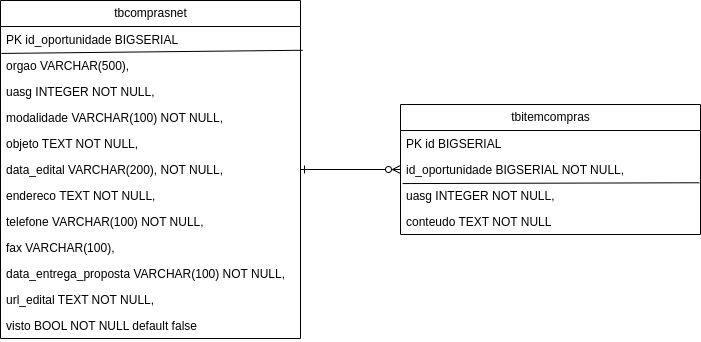
DavidRusycki/web-extractor keeps this draw.io diagram as diagrams/er-diagram.drawio.png. Above is the earlier version. Source tidied: cells renumbered, new cells last; positions are measured from the earlier drawing's top-left corner, leaving out a move shared by most shapes.
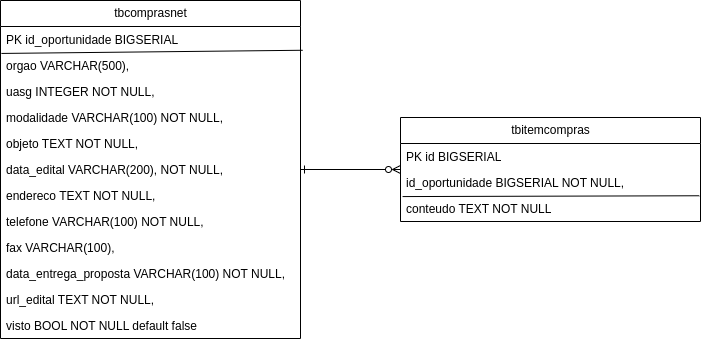
After the commit.

The edit, as a diff of the source:
```diff
@@ -45,7 +45,7 @@
       <mxGeometry relative="1" as="geometry" />
     </mxCell>
     <mxCell id="16" value="tbitemcompras" style="swimlane;fontStyle=0;horizontal=1;startSize=26;fillColor=none;html=1;" parent="1" vertex="1">
-      <mxGeometry x="400" y="104" width="300" height="130" as="geometry" />
+      <mxGeometry x="400" y="117" width="300" height="104" as="geometry" />
     </mxCell>
     <mxCell id="17" value="PK id BIGSERIAL" style="text;strokeColor=none;fillColor=none;align=left;verticalAlign=top;spacingLeft=4;spacingRight=4;overflow=hidden;whiteSpace=wrap;html=1;" parent="16" vertex="1">
       <mxGeometry y="26" width="300" height="26" as="geometry" />
@@ -53,14 +53,14 @@
     <mxCell id="18" value="&lt;div&gt;id_oportunidade BIGSERIAL NOT NULL,&lt;/div&gt;&lt;div&gt;&lt;br&gt;&lt;/div&gt;" style="text;strokeColor=none;fillColor=none;align=left;verticalAlign=top;spacingLeft=4;spacingRight=4;overflow=hidden;whiteSpace=wrap;html=1;" parent="16" vertex="1">
       <mxGeometry y="52" width="300" height="26" as="geometry" />
     </mxCell>
-    <mxCell id="19" value="&lt;div&gt;uasg INTEGER NOT NULL,&lt;/div&gt;&lt;div&gt;&lt;br&gt;&lt;/div&gt;" style="text;strokeColor=none;fillColor=none;align=left;verticalAlign=top;spacingLeft=4;spacingRight=4;overflow=hidden;points=[[0,0.5],[1,0.5]];portConstraint=eastwest;whiteSpace=wrap;html=1;" parent="16" vertex="1">
-      <mxGeometry y="78" width="300" height="26" as="geometry" />
-    </mxCell>
     <mxCell id="20" value="&lt;div&gt;&lt;div&gt;&lt;div&gt;conteudo TEXT NOT NULL&lt;/div&gt;&lt;/div&gt;&lt;/div&gt;&lt;div&gt;&lt;br&gt;&lt;/div&gt;" style="text;strokeColor=none;fillColor=none;align=left;verticalAlign=top;spacingLeft=4;spacingRight=4;overflow=hidden;whiteSpace=wrap;html=1;" parent="16" vertex="1">
-      <mxGeometry y="104" width="300" height="26" as="geometry" />
+      <mxGeometry y="78" width="300" height="26" as="geometry" />
     </mxCell>
-    <mxCell id="21" style="endArrow=none;html=1;exitX=0.007;exitY=0.041;exitDx=0;exitDy=0;exitPerimeter=0;entryX=0.996;entryY=0.01;entryDx=0;entryDy=0;entryPerimeter=0;" parent="16" edge="1" source="19" target="19">
-      <mxGeometry relative="1" as="geometry" />
+    <mxCell id="21" style="endArrow=none;html=1;exitX=0.007;exitY=0.041;exitDx=0;exitDy=0;exitPerimeter=0;entryX=0.996;entryY=0.01;entryDx=0;entryDy=0;entryPerimeter=0;" parent="16" edge="1">
+      <mxGeometry relative="1" as="geometry">
+        <mxPoint x="2.1" y="79.1" as="sourcePoint" />
+        <mxPoint x="298.8" y="78.3" as="targetPoint" />
+      </mxGeometry>
     </mxCell>
     <mxCell id="22" style="edgeStyle=none;html=1;startArrow=ERone;startFill=0;endArrow=ERzeroToMany;endFill=0;" parent="1" edge="1" source="2" target="16">
       <mxGeometry relative="1" as="geometry" />
```
